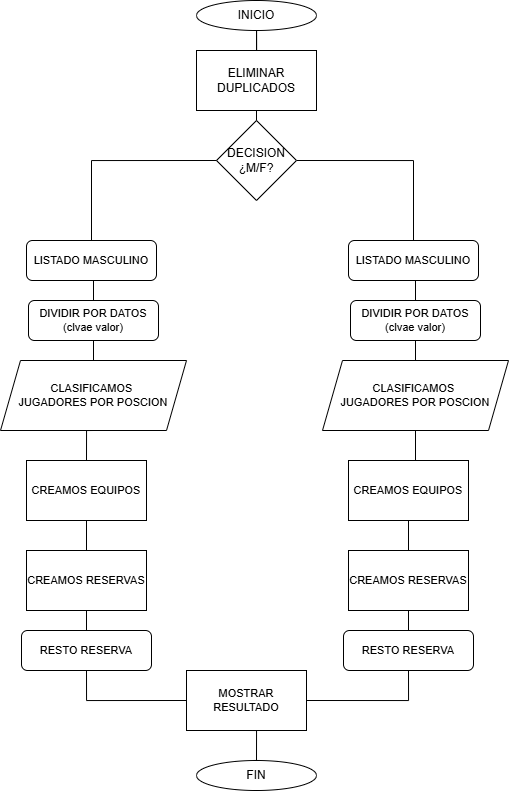
lugosi92/D.A.W.2 keeps this draw.io diagram as JavaScript/Clase/5_EQUIPOS/Overflow-5.png. Above is the earlier version. Source tidied: cells renumbered, new cells last; positions are measured from the earlier drawing's top-left corner, leaving out a move shared by most shapes.
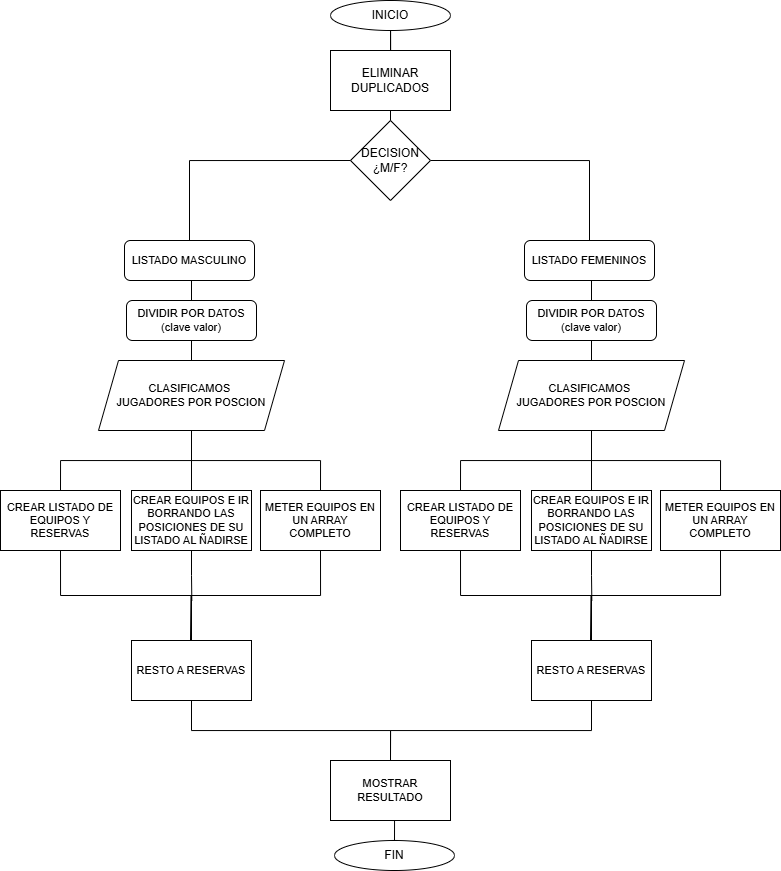
Above is the later version.

Change to the diagram source:
```diff
@@ -2,38 +2,38 @@
   <root>
     <mxCell id="0" />
     <mxCell id="1" parent="0" />
-    <mxCell id="2" style="edgeStyle=orthogonalEdgeStyle;shape=connector;rounded=0;jettySize=auto;html=1;exitX=1;exitY=0.5;exitDx=0;exitDy=0;entryX=0.5;entryY=0;entryDx=0;entryDy=0;strokeColor=default;align=center;verticalAlign=middle;fontFamily=Helvetica;fontSize=11;fontColor=default;labelBackgroundColor=default;endArrow=none;endFill=0;" parent="1" edge="1" source="3" target="25">
+    <mxCell id="2" style="edgeStyle=orthogonalEdgeStyle;shape=connector;rounded=0;jettySize=auto;html=1;exitX=1;exitY=0.5;exitDx=0;exitDy=0;entryX=0.5;entryY=0;entryDx=0;entryDy=0;strokeColor=default;align=center;verticalAlign=middle;fontFamily=Helvetica;fontSize=11;fontColor=default;labelBackgroundColor=default;endArrow=none;endFill=0;" parent="1" edge="1" source="3" target="46">
       <mxGeometry relative="1" as="geometry" />
     </mxCell>
     <mxCell id="3" value="DECISION&lt;div&gt;¿M/F?&lt;/div&gt;" style="rhombus;whiteSpace=wrap;html=1;" parent="1" vertex="1">
-      <mxGeometry x="216" y="120" width="80" height="80" as="geometry" />
+      <mxGeometry x="216" y="110" width="80" height="80" as="geometry" />
     </mxCell>
     <mxCell id="4" style="edgeStyle=orthogonalEdgeStyle;rounded=0;jettySize=auto;html=1;exitX=0.5;exitY=1;exitDx=0;exitDy=0;endArrow=none;endFill=0;" parent="1" edge="1" source="5" target="8">
       <mxGeometry relative="1" as="geometry" />
     </mxCell>
     <mxCell id="5" value="INICIO" style="ellipse;whiteSpace=wrap;html=1;" parent="1" vertex="1">
-      <mxGeometry x="196" width="120" height="30" as="geometry" />
+      <mxGeometry x="196" y="-10" width="120" height="30" as="geometry" />
     </mxCell>
     <mxCell id="6" value="FIN" style="ellipse;whiteSpace=wrap;html=1;" parent="1" vertex="1">
-      <mxGeometry x="196" y="760" width="120" height="30" as="geometry" />
+      <mxGeometry x="200" y="830" width="120" height="30" as="geometry" />
     </mxCell>
     <mxCell id="7" style="edgeStyle=orthogonalEdgeStyle;shape=connector;rounded=0;jettySize=auto;html=1;exitX=0.5;exitY=1;exitDx=0;exitDy=0;entryX=0.5;entryY=0;entryDx=0;entryDy=0;strokeColor=default;align=center;verticalAlign=middle;fontFamily=Helvetica;fontSize=11;fontColor=default;labelBackgroundColor=default;endArrow=none;endFill=0;" parent="1" edge="1" source="8" target="3">
       <mxGeometry relative="1" as="geometry" />
     </mxCell>
     <mxCell id="8" value="ELIMINAR DUPLICADOS" style="rounded=0;whiteSpace=wrap;html=1;" parent="1" vertex="1">
-      <mxGeometry x="196" y="50" width="120" height="60" as="geometry" />
+      <mxGeometry x="196" y="40" width="120" height="60" as="geometry" />
     </mxCell>
     <mxCell id="9" style="edgeStyle=orthogonalEdgeStyle;shape=connector;rounded=0;jettySize=auto;html=1;exitX=0.5;exitY=1;exitDx=0;exitDy=0;entryX=0.5;entryY=0;entryDx=0;entryDy=0;strokeColor=default;align=center;verticalAlign=middle;fontFamily=Helvetica;fontSize=11;fontColor=default;labelBackgroundColor=default;endArrow=none;endFill=0;" parent="1" edge="1" source="10" target="15">
       <mxGeometry relative="1" as="geometry" />
     </mxCell>
     <mxCell id="10" value="LISTADO MASCULINO" style="rounded=1;whiteSpace=wrap;html=1;fontFamily=Helvetica;fontSize=11;fontColor=default;labelBackgroundColor=default;" parent="1" vertex="1">
-      <mxGeometry x="26" y="240" width="130" height="40" as="geometry" />
+      <mxGeometry x="-10" y="230" width="130" height="40" as="geometry" />
     </mxCell>
     <mxCell id="11" style="edgeStyle=orthogonalEdgeStyle;shape=connector;rounded=0;jettySize=auto;html=1;exitX=0.5;exitY=1;exitDx=0;exitDy=0;entryX=0.5;entryY=0;entryDx=0;entryDy=0;strokeColor=default;align=center;verticalAlign=middle;fontFamily=Helvetica;fontSize=11;fontColor=default;labelBackgroundColor=default;endArrow=none;endFill=0;" parent="1" edge="1" source="12" target="6">
       <mxGeometry relative="1" as="geometry" />
     </mxCell>
     <mxCell id="12" value="MOSTRAR RESULTADO" style="rounded=0;whiteSpace=wrap;html=1;fontFamily=Helvetica;fontSize=11;fontColor=default;labelBackgroundColor=default;" parent="1" vertex="1">
-      <mxGeometry x="186" y="670" width="120" height="60" as="geometry" />
+      <mxGeometry x="196" y="750" width="120" height="60" as="geometry" />
     </mxCell>
     <mxCell id="13" style="edgeStyle=orthogonalEdgeStyle;shape=connector;rounded=0;jettySize=auto;html=1;exitX=0;exitY=0.5;exitDx=0;exitDy=0;strokeColor=default;align=center;verticalAlign=middle;fontFamily=Helvetica;fontSize=11;fontColor=default;labelBackgroundColor=default;endArrow=none;endFill=0;entryX=0.5;entryY=0;entryDx=0;entryDy=0;" parent="1" edge="1" source="3" target="10">
       <mxGeometry relative="1" as="geometry" />
@@ -41,68 +41,100 @@
     <mxCell id="14" style="edgeStyle=orthogonalEdgeStyle;shape=connector;rounded=0;jettySize=auto;html=1;exitX=0.5;exitY=1;exitDx=0;exitDy=0;entryX=0.5;entryY=0;entryDx=0;entryDy=0;strokeColor=default;align=center;verticalAlign=middle;fontFamily=Helvetica;fontSize=11;fontColor=default;labelBackgroundColor=default;endArrow=none;endFill=0;" parent="1" edge="1" source="15" target="17">
       <mxGeometry relative="1" as="geometry" />
     </mxCell>
-    <mxCell id="15" value="DIVIDIR POR DATOS&lt;div&gt;(clvae valor)&lt;/div&gt;" style="rounded=1;whiteSpace=wrap;html=1;fontFamily=Helvetica;fontSize=11;fontColor=default;labelBackgroundColor=default;" parent="1" vertex="1">
-      <mxGeometry x="28" y="300" width="130" height="40" as="geometry" />
+    <mxCell id="15" value="DIVIDIR POR DATOS&lt;div&gt;(clave valor)&lt;/div&gt;" style="rounded=1;whiteSpace=wrap;html=1;fontFamily=Helvetica;fontSize=11;fontColor=default;labelBackgroundColor=default;" parent="1" vertex="1">
+      <mxGeometry x="-8" y="290" width="130" height="40" as="geometry" />
     </mxCell>
     <mxCell id="16" style="edgeStyle=orthogonalEdgeStyle;shape=connector;rounded=0;jettySize=auto;html=1;exitX=0.5;exitY=1;exitDx=0;exitDy=0;entryX=0.5;entryY=0;entryDx=0;entryDy=0;strokeColor=default;align=center;verticalAlign=middle;fontFamily=Helvetica;fontSize=11;fontColor=default;labelBackgroundColor=default;endArrow=none;endFill=0;" parent="1" edge="1" source="17" target="19">
       <mxGeometry relative="1" as="geometry" />
     </mxCell>
+    <mxCell id="36" style="edgeStyle=orthogonalEdgeStyle;shape=connector;rounded=0;jettySize=auto;html=1;exitX=0.5;exitY=1;exitDx=0;exitDy=0;entryX=0.5;entryY=0;entryDx=0;entryDy=0;strokeColor=default;align=center;verticalAlign=middle;fontFamily=Helvetica;fontSize=11;fontColor=default;labelBackgroundColor=default;endArrow=none;endFill=0;" parent="1" edge="1" source="17" target="40">
+      <mxGeometry relative="1" as="geometry" />
+    </mxCell>
+    <mxCell id="37" style="edgeStyle=orthogonalEdgeStyle;shape=connector;rounded=0;jettySize=auto;html=1;exitX=0.5;exitY=1;exitDx=0;exitDy=0;entryX=0.5;entryY=0;entryDx=0;entryDy=0;strokeColor=default;align=center;verticalAlign=middle;fontFamily=Helvetica;fontSize=11;fontColor=default;labelBackgroundColor=default;endArrow=none;endFill=0;" parent="1" edge="1" source="17" target="41">
+      <mxGeometry relative="1" as="geometry" />
+    </mxCell>
     <mxCell id="17" value="CLASIFICAMOS&amp;nbsp;&lt;div&gt;JUGADORES POR POSCION&lt;/div&gt;" style="shape=parallelogram;perimeter=parallelogramPerimeter;whiteSpace=wrap;html=1;fixedSize=1;fontFamily=Helvetica;fontSize=11;fontColor=default;labelBackgroundColor=default;" parent="1" vertex="1">
-      <mxGeometry y="360" width="186" height="70" as="geometry" />
+      <mxGeometry x="-36" y="350" width="186" height="70" as="geometry" />
     </mxCell>
-    <mxCell id="18" style="edgeStyle=orthogonalEdgeStyle;shape=connector;rounded=0;jettySize=auto;html=1;exitX=0.5;exitY=1;exitDx=0;exitDy=0;entryX=0.5;entryY=0;entryDx=0;entryDy=0;strokeColor=default;align=center;verticalAlign=middle;fontFamily=Helvetica;fontSize=11;fontColor=default;labelBackgroundColor=default;endArrow=none;endFill=0;" parent="1" edge="1" source="19" target="21">
-      <mxGeometry relative="1" as="geometry" />
-    </mxCell>
+    <mxCell id="38" style="edgeStyle=orthogonalEdgeStyle;shape=connector;rounded=0;jettySize=auto;html=1;exitX=0.5;exitY=1;exitDx=0;exitDy=0;strokeColor=default;align=center;verticalAlign=middle;fontFamily=Helvetica;fontSize=11;fontColor=default;labelBackgroundColor=default;endArrow=none;endFill=0;entryX=0.5;entryY=0;entryDx=0;entryDy=0;" parent="1" edge="1" source="19" target="43">
+      <mxGeometry relative="1" as="geometry" />
+    </mxCell>
-    <mxCell id="19" value="CREAMOS EQUIPOS" style="rounded=0;whiteSpace=wrap;html=1;fontFamily=Helvetica;fontSize=11;fontColor=default;labelBackgroundColor=default;" parent="1" vertex="1">
-      <mxGeometry x="26" y="460" width="120" height="60" as="geometry" />
+    <mxCell id="19" value="CREAR LISTADO DE EQUIPOS Y RESERVAS" style="rounded=0;whiteSpace=wrap;html=1;fontFamily=Helvetica;fontSize=11;fontColor=default;labelBackgroundColor=default;" parent="1" vertex="1">
+      <mxGeometry x="-134" y="480" width="120" height="60" as="geometry" />
     </mxCell>
-    <mxCell id="20" style="edgeStyle=orthogonalEdgeStyle;shape=connector;rounded=0;jettySize=auto;html=1;exitX=0.5;exitY=1;exitDx=0;exitDy=0;entryX=0.5;entryY=0;entryDx=0;entryDy=0;strokeColor=default;align=center;verticalAlign=middle;fontFamily=Helvetica;fontSize=11;fontColor=default;labelBackgroundColor=default;endArrow=none;endFill=0;" parent="1" edge="1" source="21" target="23">
-      <mxGeometry relative="1" as="geometry" />
-    </mxCell>
-    <mxCell id="21" value="CREAMOS RESERVAS" style="rounded=0;whiteSpace=wrap;html=1;fontFamily=Helvetica;fontSize=11;fontColor=default;labelBackgroundColor=default;" parent="1" vertex="1">
-      <mxGeometry x="26" y="550" width="120" height="60" as="geometry" />
-    </mxCell>
-    <mxCell id="22" style="edgeStyle=orthogonalEdgeStyle;shape=connector;rounded=0;jettySize=auto;html=1;exitX=0.5;exitY=1;exitDx=0;exitDy=0;entryX=0;entryY=0.5;entryDx=0;entryDy=0;strokeColor=default;align=center;verticalAlign=middle;fontFamily=Helvetica;fontSize=11;fontColor=default;labelBackgroundColor=default;endArrow=none;endFill=0;" parent="1" edge="1" source="23" target="12">
-      <mxGeometry relative="1" as="geometry" />
-    </mxCell>
-    <mxCell id="23" value="RESTO RESERVA" style="rounded=1;whiteSpace=wrap;html=1;fontFamily=Helvetica;fontSize=11;fontColor=default;labelBackgroundColor=default;" parent="1" vertex="1">
-      <mxGeometry x="21" y="630" width="130" height="40" as="geometry" />
-    </mxCell>
-    <mxCell id="24" style="edgeStyle=orthogonalEdgeStyle;shape=connector;rounded=0;jettySize=auto;html=1;exitX=0.5;exitY=1;exitDx=0;exitDy=0;entryX=0.5;entryY=0;entryDx=0;entryDy=0;strokeColor=default;align=center;verticalAlign=middle;fontFamily=Helvetica;fontSize=11;fontColor=default;labelBackgroundColor=default;endArrow=none;endFill=0;" parent="1" edge="1" source="25" target="27">
-      <mxGeometry relative="1" as="geometry" />
-    </mxCell>
-    <mxCell id="25" value="LISTADO MASCULINO" style="rounded=1;whiteSpace=wrap;html=1;fontFamily=Helvetica;fontSize=11;fontColor=default;labelBackgroundColor=default;" parent="1" vertex="1">
-      <mxGeometry x="348" y="240" width="130" height="40" as="geometry" />
-    </mxCell>
-    <mxCell id="26" style="edgeStyle=orthogonalEdgeStyle;shape=connector;rounded=0;jettySize=auto;html=1;exitX=0.5;exitY=1;exitDx=0;exitDy=0;strokeColor=default;align=center;verticalAlign=middle;fontFamily=Helvetica;fontSize=11;fontColor=default;labelBackgroundColor=default;endArrow=none;endFill=0;" parent="1" edge="1" source="27" target="35">
-      <mxGeometry relative="1" as="geometry" />
-    </mxCell>
-    <mxCell id="27" value="DIVIDIR POR DATOS&lt;div&gt;(clvae valor)&lt;/div&gt;" style="rounded=1;whiteSpace=wrap;html=1;fontFamily=Helvetica;fontSize=11;fontColor=default;labelBackgroundColor=default;" parent="1" vertex="1">
-      <mxGeometry x="350" y="300" width="130" height="40" as="geometry" />
-    </mxCell>
-    <mxCell id="28" style="edgeStyle=orthogonalEdgeStyle;shape=connector;rounded=0;jettySize=auto;html=1;exitX=0.5;exitY=1;exitDx=0;exitDy=0;entryX=0.5;entryY=0;entryDx=0;entryDy=0;strokeColor=default;align=center;verticalAlign=middle;fontFamily=Helvetica;fontSize=11;fontColor=default;labelBackgroundColor=default;endArrow=none;endFill=0;" parent="1" edge="1" source="30" target="32">
-      <mxGeometry relative="1" as="geometry" />
-    </mxCell>
-    <mxCell id="29" style="edgeStyle=orthogonalEdgeStyle;shape=connector;rounded=0;jettySize=auto;html=1;exitX=0.5;exitY=0;exitDx=0;exitDy=0;entryX=0.5;entryY=1;entryDx=0;entryDy=0;strokeColor=default;align=center;verticalAlign=middle;fontFamily=Helvetica;fontSize=11;fontColor=default;labelBackgroundColor=default;endArrow=none;endFill=0;" parent="1" edge="1" source="30" target="35">
-      <mxGeometry relative="1" as="geometry" />
-    </mxCell>
-    <mxCell id="30" value="CREAMOS EQUIPOS" style="rounded=0;whiteSpace=wrap;html=1;fontFamily=Helvetica;fontSize=11;fontColor=default;labelBackgroundColor=default;" parent="1" vertex="1">
-      <mxGeometry x="348" y="460" width="120" height="60" as="geometry" />
-    </mxCell>
-    <mxCell id="31" style="edgeStyle=orthogonalEdgeStyle;shape=connector;rounded=0;jettySize=auto;html=1;exitX=0.5;exitY=1;exitDx=0;exitDy=0;entryX=0.5;entryY=0;entryDx=0;entryDy=0;strokeColor=default;align=center;verticalAlign=middle;fontFamily=Helvetica;fontSize=11;fontColor=default;labelBackgroundColor=default;endArrow=none;endFill=0;" parent="1" edge="1" source="32" target="34">
-      <mxGeometry relative="1" as="geometry" />
-    </mxCell>
-    <mxCell id="32" value="CREAMOS RESERVAS" style="rounded=0;whiteSpace=wrap;html=1;fontFamily=Helvetica;fontSize=11;fontColor=default;labelBackgroundColor=default;" parent="1" vertex="1">
-      <mxGeometry x="348" y="550" width="120" height="60" as="geometry" />
-    </mxCell>
-    <mxCell id="33" style="edgeStyle=orthogonalEdgeStyle;shape=connector;rounded=0;jettySize=auto;html=1;exitX=0.5;exitY=1;exitDx=0;exitDy=0;entryX=1;entryY=0.5;entryDx=0;entryDy=0;strokeColor=default;align=center;verticalAlign=middle;fontFamily=Helvetica;fontSize=11;fontColor=default;labelBackgroundColor=default;endArrow=none;endFill=0;" parent="1" edge="1" source="34" target="12">
-      <mxGeometry relative="1" as="geometry" />
-    </mxCell>
-    <mxCell id="34" value="RESTO RESERVA" style="rounded=1;whiteSpace=wrap;html=1;fontFamily=Helvetica;fontSize=11;fontColor=default;labelBackgroundColor=default;" parent="1" vertex="1">
-      <mxGeometry x="343" y="630" width="130" height="40" as="geometry" />
-    </mxCell>
+    <mxCell id="39" style="edgeStyle=orthogonalEdgeStyle;shape=connector;rounded=0;jettySize=auto;html=1;exitX=0.5;exitY=1;exitDx=0;exitDy=0;strokeColor=default;align=center;verticalAlign=middle;fontFamily=Helvetica;fontSize=11;fontColor=default;labelBackgroundColor=default;endArrow=none;endFill=0;" parent="1" edge="1" source="40">
+      <mxGeometry relative="1" as="geometry">
+        <mxPoint x="57.3" y="590" as="targetPoint" />
+      </mxGeometry>
+    </mxCell>
+    <mxCell id="40" value="CREAR EQUIPOS E IR BORRANDO LAS POSICIONES DE SU LISTADO AL ÑADIRSE" style="rounded=0;whiteSpace=wrap;html=1;fontFamily=Helvetica;fontSize=11;fontColor=default;labelBackgroundColor=default;" parent="1" vertex="1">
+      <mxGeometry x="-3" y="480" width="120" height="60" as="geometry" />
+    </mxCell>
+    <mxCell id="41" value="METER EQUIPOS EN UN ARRAY COMPLETO" style="rounded=0;whiteSpace=wrap;html=1;fontFamily=Helvetica;fontSize=11;fontColor=default;labelBackgroundColor=default;" parent="1" vertex="1">
+      <mxGeometry x="126" y="480" width="120" height="60" as="geometry" />
+    </mxCell>
+    <mxCell id="42" style="edgeStyle=orthogonalEdgeStyle;shape=connector;rounded=0;jettySize=auto;html=1;exitX=0.5;exitY=1;exitDx=0;exitDy=0;entryX=0.5;entryY=0;entryDx=0;entryDy=0;strokeColor=default;align=center;verticalAlign=middle;fontFamily=Helvetica;fontSize=11;fontColor=default;labelBackgroundColor=default;endArrow=none;endFill=0;" parent="1" edge="1" source="43" target="12">
+      <mxGeometry relative="1" as="geometry" />
+    </mxCell>
+    <mxCell id="43" value="RESTO A RESERVAS" style="rounded=0;whiteSpace=wrap;html=1;fontFamily=Helvetica;fontSize=11;fontColor=default;labelBackgroundColor=default;" parent="1" vertex="1">
+      <mxGeometry x="-3" y="630" width="120" height="60" as="geometry" />
+    </mxCell>
+    <mxCell id="44" style="edgeStyle=orthogonalEdgeStyle;shape=connector;rounded=0;jettySize=auto;html=1;exitX=0.5;exitY=1;exitDx=0;exitDy=0;strokeColor=default;align=center;verticalAlign=middle;fontFamily=Helvetica;fontSize=11;fontColor=default;labelBackgroundColor=default;endArrow=none;endFill=0;" parent="1" edge="1" source="41">
+      <mxGeometry relative="1" as="geometry">
+        <mxPoint x="56" y="630" as="targetPoint" />
+      </mxGeometry>
+    </mxCell>
+    <mxCell id="45" style="edgeStyle=orthogonalEdgeStyle;shape=connector;rounded=0;jettySize=auto;html=1;exitX=0.5;exitY=1;exitDx=0;exitDy=0;entryX=0.5;entryY=0;entryDx=0;entryDy=0;strokeColor=default;align=center;verticalAlign=middle;fontFamily=Helvetica;fontSize=11;fontColor=default;labelBackgroundColor=default;endArrow=none;endFill=0;" parent="1" edge="1" source="46" target="48">
+      <mxGeometry relative="1" as="geometry" />
+    </mxCell>
+    <mxCell id="46" value="LISTADO FEMENINOS" style="rounded=1;whiteSpace=wrap;html=1;fontFamily=Helvetica;fontSize=11;fontColor=default;labelBackgroundColor=default;" parent="1" vertex="1">
+      <mxGeometry x="390" y="230" width="130" height="40" as="geometry" />
+    </mxCell>
+    <mxCell id="47" style="edgeStyle=orthogonalEdgeStyle;shape=connector;rounded=0;jettySize=auto;html=1;exitX=0.5;exitY=1;exitDx=0;exitDy=0;entryX=0.5;entryY=0;entryDx=0;entryDy=0;strokeColor=default;align=center;verticalAlign=middle;fontFamily=Helvetica;fontSize=11;fontColor=default;labelBackgroundColor=default;endArrow=none;endFill=0;" parent="1" edge="1" source="48" target="35">
+      <mxGeometry relative="1" as="geometry" />
+    </mxCell>
+    <mxCell id="48" value="DIVIDIR POR DATOS&lt;div&gt;(clave valor)&lt;/div&gt;" style="rounded=1;whiteSpace=wrap;html=1;fontFamily=Helvetica;fontSize=11;fontColor=default;labelBackgroundColor=default;" parent="1" vertex="1">
+      <mxGeometry x="392" y="290" width="130" height="40" as="geometry" />
+    </mxCell>
+    <mxCell id="49" style="edgeStyle=orthogonalEdgeStyle;shape=connector;rounded=0;jettySize=auto;html=1;exitX=0.5;exitY=1;exitDx=0;exitDy=0;entryX=0.5;entryY=0;entryDx=0;entryDy=0;strokeColor=default;align=center;verticalAlign=middle;fontFamily=Helvetica;fontSize=11;fontColor=default;labelBackgroundColor=default;endArrow=none;endFill=0;" parent="1" edge="1" source="35" target="53">
+      <mxGeometry relative="1" as="geometry" />
+    </mxCell>
+    <mxCell id="50" style="edgeStyle=orthogonalEdgeStyle;shape=connector;rounded=0;jettySize=auto;html=1;exitX=0.5;exitY=1;exitDx=0;exitDy=0;entryX=0.5;entryY=0;entryDx=0;entryDy=0;strokeColor=default;align=center;verticalAlign=middle;fontFamily=Helvetica;fontSize=11;fontColor=default;labelBackgroundColor=default;endArrow=none;endFill=0;" parent="1" edge="1" source="35" target="55">
+      <mxGeometry relative="1" as="geometry" />
+    </mxCell>
+    <mxCell id="51" style="edgeStyle=orthogonalEdgeStyle;shape=connector;rounded=0;jettySize=auto;html=1;exitX=0.5;exitY=1;exitDx=0;exitDy=0;entryX=0.5;entryY=0;entryDx=0;entryDy=0;strokeColor=default;align=center;verticalAlign=middle;fontFamily=Helvetica;fontSize=11;fontColor=default;labelBackgroundColor=default;endArrow=none;endFill=0;" parent="1" edge="1" source="35" target="56">
+      <mxGeometry relative="1" as="geometry" />
+    </mxCell>
     <mxCell id="35" value="CLASIFICAMOS&amp;nbsp;&lt;div&gt;JUGADORES POR POSCION&lt;/div&gt;" style="shape=parallelogram;perimeter=parallelogramPerimeter;whiteSpace=wrap;html=1;fixedSize=1;fontFamily=Helvetica;fontSize=11;fontColor=default;labelBackgroundColor=default;" parent="1" vertex="1">
-      <mxGeometry x="322" y="360" width="186" height="70" as="geometry" />
+      <mxGeometry x="364" y="350" width="186" height="70" as="geometry" />
     </mxCell>
+    <mxCell id="52" style="edgeStyle=orthogonalEdgeStyle;shape=connector;rounded=0;jettySize=auto;html=1;exitX=0.5;exitY=1;exitDx=0;exitDy=0;strokeColor=default;align=center;verticalAlign=middle;fontFamily=Helvetica;fontSize=11;fontColor=default;labelBackgroundColor=default;endArrow=none;endFill=0;entryX=0.5;entryY=0;entryDx=0;entryDy=0;" parent="1" edge="1" source="53" target="58">
+      <mxGeometry relative="1" as="geometry" />
+    </mxCell>
+    <mxCell id="53" value="CREAR LISTADO DE EQUIPOS Y RESERVAS" style="rounded=0;whiteSpace=wrap;html=1;fontFamily=Helvetica;fontSize=11;fontColor=default;labelBackgroundColor=default;" parent="1" vertex="1">
+      <mxGeometry x="266" y="480" width="120" height="60" as="geometry" />
+    </mxCell>
+    <mxCell id="54" style="edgeStyle=orthogonalEdgeStyle;shape=connector;rounded=0;jettySize=auto;html=1;exitX=0.5;exitY=1;exitDx=0;exitDy=0;strokeColor=default;align=center;verticalAlign=middle;fontFamily=Helvetica;fontSize=11;fontColor=default;labelBackgroundColor=default;endArrow=none;endFill=0;" parent="1" edge="1" source="55">
+      <mxGeometry relative="1" as="geometry">
+        <mxPoint x="457.3" y="590" as="targetPoint" />
+      </mxGeometry>
+    </mxCell>
+    <mxCell id="55" value="CREAR EQUIPOS E IR BORRANDO LAS POSICIONES DE SU LISTADO AL ÑADIRSE" style="rounded=0;whiteSpace=wrap;html=1;fontFamily=Helvetica;fontSize=11;fontColor=default;labelBackgroundColor=default;" parent="1" vertex="1">
+      <mxGeometry x="397" y="480" width="120" height="60" as="geometry" />
+    </mxCell>
+    <mxCell id="56" value="METER EQUIPOS EN UN ARRAY COMPLETO" style="rounded=0;whiteSpace=wrap;html=1;fontFamily=Helvetica;fontSize=11;fontColor=default;labelBackgroundColor=default;" parent="1" vertex="1">
+      <mxGeometry x="526" y="480" width="120" height="60" as="geometry" />
+    </mxCell>
+    <mxCell id="57" style="edgeStyle=orthogonalEdgeStyle;shape=connector;rounded=0;jettySize=auto;html=1;exitX=0.5;exitY=1;exitDx=0;exitDy=0;entryX=0.5;entryY=0;entryDx=0;entryDy=0;strokeColor=default;align=center;verticalAlign=middle;fontFamily=Helvetica;fontSize=11;fontColor=default;labelBackgroundColor=default;endArrow=none;endFill=0;" parent="1" edge="1" source="58" target="12">
+      <mxGeometry relative="1" as="geometry" />
+    </mxCell>
+    <mxCell id="58" value="RESTO A RESERVAS" style="rounded=0;whiteSpace=wrap;html=1;fontFamily=Helvetica;fontSize=11;fontColor=default;labelBackgroundColor=default;" parent="1" vertex="1">
+      <mxGeometry x="397" y="630" width="120" height="60" as="geometry" />
+    </mxCell>
+    <mxCell id="59" style="edgeStyle=orthogonalEdgeStyle;shape=connector;rounded=0;jettySize=auto;html=1;exitX=0.5;exitY=1;exitDx=0;exitDy=0;strokeColor=default;align=center;verticalAlign=middle;fontFamily=Helvetica;fontSize=11;fontColor=default;labelBackgroundColor=default;endArrow=none;endFill=0;" parent="1" edge="1" source="56">
+      <mxGeometry relative="1" as="geometry">
+        <mxPoint x="456" y="630" as="targetPoint" />
+      </mxGeometry>
+    </mxCell>
   </root>
 </mxGraphModel>
```
